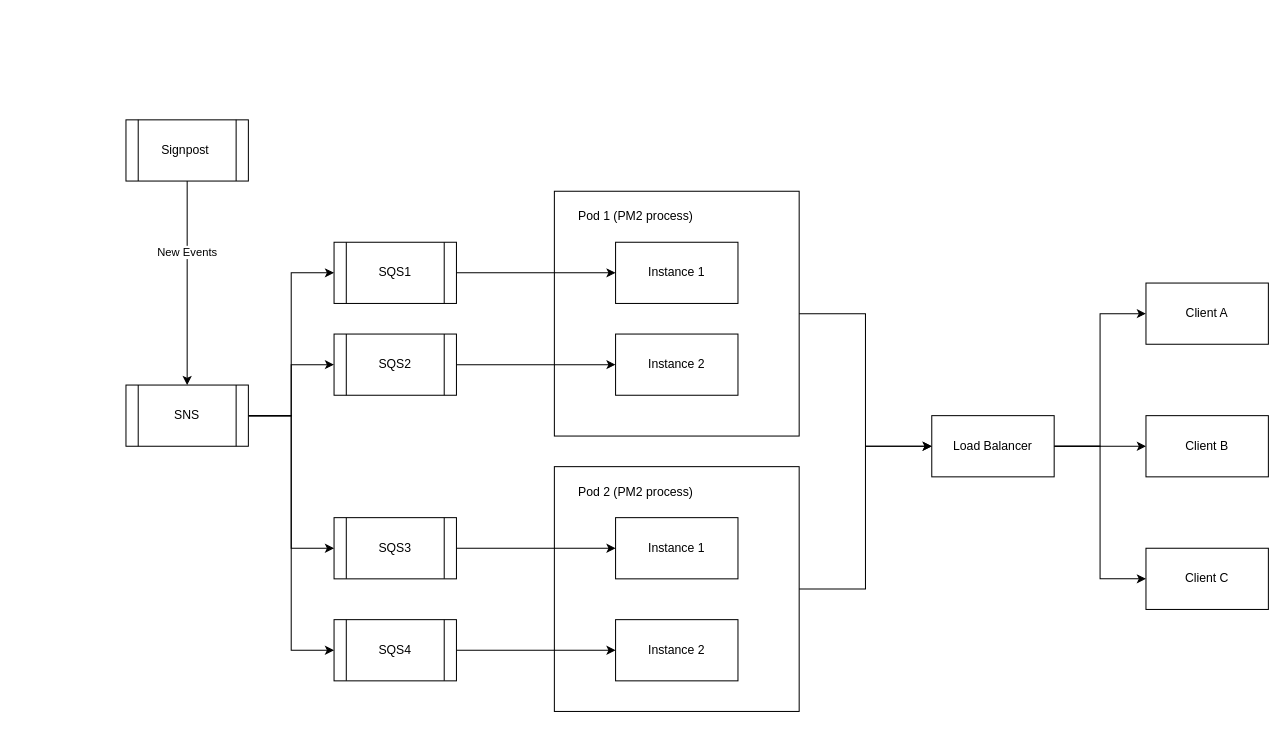
The draw.io diagram hppd-Inbox.drawio in half-6/workflow, before the edit. Source tidied: cells renumbered, new cells numbered last; positions are measured from the earlier drawing's top-left corner, leaving out a move shared by most shapes. Both pictures are drawn from the tidied source at 102%, with x=0, y=0 at pixel (125, 119).
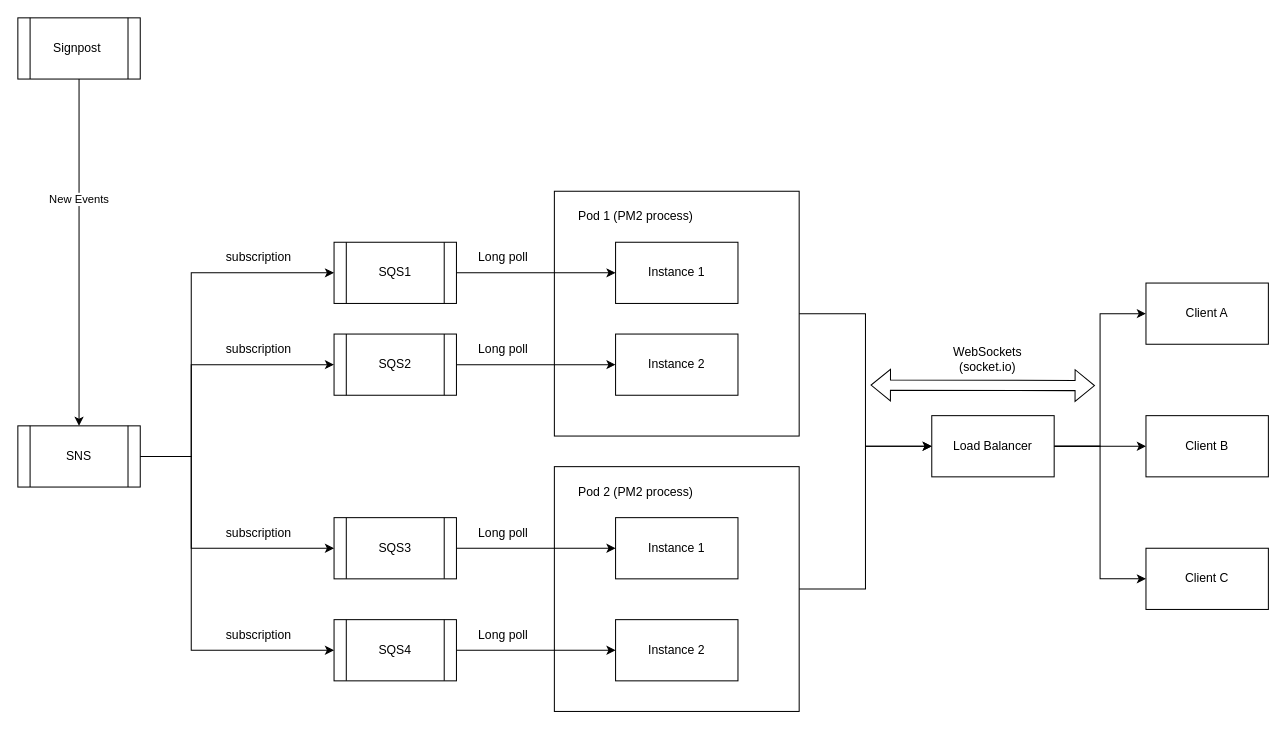
After the change.

Unchanged cells that the change refers to:
```xml
<mxCell id="18" value="SQS1" style="shape=process;whiteSpace=wrap;html=1;backgroundOutline=1;" parent="1" vertex="1">
  <mxGeometry x="204" y="120" width="120" height="60" as="geometry" />
</mxCell>
<mxCell id="20" value="SQS2" style="shape=process;whiteSpace=wrap;html=1;backgroundOutline=1;" parent="1" vertex="1">
  <mxGeometry x="204" y="210" width="120" height="60" as="geometry" />
</mxCell>
<mxCell id="22" value="SQS3" style="shape=process;whiteSpace=wrap;html=1;backgroundOutline=1;" parent="1" vertex="1">
  <mxGeometry x="204" y="390" width="120" height="60" as="geometry" />
</mxCell>
<mxCell id="24" value="SQS4" style="shape=process;whiteSpace=wrap;html=1;backgroundOutline=1;" parent="1" vertex="1">
  <mxGeometry x="204" y="490" width="120" height="60" as="geometry" />
</mxCell>
```

Change to the diagram source:
```diff
@@
     <mxCell id="12" style="edgeStyle=orthogonalEdgeStyle;rounded=0;jettySize=auto;html=1;entryX=0;entryY=0.5;entryDx=0;entryDy=0;" parent="1" edge="1" source="16" target="18">
-      <mxGeometry relative="1" as="geometry" />
+      <mxGeometry relative="1" as="geometry">
+        <Array as="points">
+          <mxPoint x="64" y="330" />
+          <mxPoint x="64" y="150" />
+        </Array>
+      </mxGeometry>
     </mxCell>
     <mxCell id="13" style="edgeStyle=orthogonalEdgeStyle;rounded=0;jettySize=auto;html=1;entryX=0;entryY=0.5;entryDx=0;entryDy=0;" parent="1" edge="1" source="16" target="20">
-      <mxGeometry relative="1" as="geometry" />
+      <mxGeometry relative="1" as="geometry">
+        <Array as="points">
+          <mxPoint x="64" y="330" />
+          <mxPoint x="64" y="240" />
+        </Array>
+      </mxGeometry>
     </mxCell>
     <mxCell id="14" style="edgeStyle=orthogonalEdgeStyle;rounded=0;jettySize=auto;html=1;entryX=0;entryY=0.5;entryDx=0;entryDy=0;" parent="1" edge="1" source="16" target="22">
-      <mxGeometry relative="1" as="geometry" />
+      <mxGeometry relative="1" as="geometry">
+        <Array as="points">
+          <mxPoint x="64" y="330" />
+          <mxPoint x="64" y="420" />
+        </Array>
+      </mxGeometry>
     </mxCell>
     <mxCell id="15" style="edgeStyle=orthogonalEdgeStyle;rounded=0;jettySize=auto;html=1;entryX=0;entryY=0.5;entryDx=0;entryDy=0;" parent="1" edge="1" source="16" target="24">
-      <mxGeometry relative="1" as="geometry" />
+      <mxGeometry relative="1" as="geometry">
+        <Array as="points">
+          <mxPoint x="64" y="330" />
+          <mxPoint x="64" y="520" />
+        </Array>
+      </mxGeometry>
     </mxCell>
     <mxCell id="16" value="SNS" style="shape=process;whiteSpace=wrap;html=1;backgroundOutline=1;" parent="1" vertex="1">
-      <mxGeometry y="260" width="120" height="60" as="geometry" />
+      <mxGeometry x="-106" y="300" width="120" height="60" as="geometry" />
     </mxCell>
@@
     <mxCell id="36" value="Signpost&amp;nbsp;" style="shape=process;whiteSpace=wrap;html=1;backgroundOutline=1;" parent="1" vertex="1">
-      <mxGeometry width="120" height="60" as="geometry" />
+      <mxGeometry x="-106" y="-100" width="120" height="60" as="geometry" />
     </mxCell>
+    <mxCell id="37" value="WebSockets&lt;div&gt;(socket.io)&lt;/div&gt;" style="text;html=1;align=center;verticalAlign=middle;whiteSpace=wrap;rounded=0;" parent="1" vertex="1">
+      <mxGeometry x="790" y="220" width="110" height="30" as="geometry" />
+    </mxCell>
+    <mxCell id="38" style="shape=flexArrow;endArrow=classic;startArrow=classic;html=1;rounded=0;" parent="1" edge="1">
+      <mxGeometry relative="1" as="geometry">
+        <mxPoint x="730" y="260" as="sourcePoint" />
+        <mxPoint x="950" y="260.5" as="targetPoint" />
+      </mxGeometry>
+    </mxCell>
+    <mxCell id="39" value="Long poll" style="text;html=1;align=center;verticalAlign=middle;whiteSpace=wrap;rounded=0;" parent="1" vertex="1">
+      <mxGeometry x="340" y="120" width="60" height="30" as="geometry" />
+    </mxCell>
+    <mxCell id="40" value="subscription&amp;nbsp;" style="text;html=1;align=center;verticalAlign=middle;whiteSpace=wrap;rounded=0;" parent="1" vertex="1">
+      <mxGeometry x="94" y="120" width="76" height="30" as="geometry" />
+    </mxCell>
+    <mxCell id="41" value="subscription&amp;nbsp;" style="text;html=1;align=center;verticalAlign=middle;whiteSpace=wrap;rounded=0;" parent="1" vertex="1">
+      <mxGeometry x="94" y="210" width="76" height="30" as="geometry" />
+    </mxCell>
+    <mxCell id="42" value="subscription&amp;nbsp;" style="text;html=1;align=center;verticalAlign=middle;whiteSpace=wrap;rounded=0;" parent="1" vertex="1">
+      <mxGeometry x="94" y="390" width="76" height="30" as="geometry" />
+    </mxCell>
+    <mxCell id="43" value="subscription&amp;nbsp;" style="text;html=1;align=center;verticalAlign=middle;whiteSpace=wrap;rounded=0;" parent="1" vertex="1">
+      <mxGeometry x="94" y="490" width="76" height="30" as="geometry" />
+    </mxCell>
+    <mxCell id="44" value="Long poll" style="text;html=1;align=center;verticalAlign=middle;whiteSpace=wrap;rounded=0;" parent="1" vertex="1">
+      <mxGeometry x="340" y="210" width="60" height="30" as="geometry" />
+    </mxCell>
+    <mxCell id="45" value="Long poll" style="text;html=1;align=center;verticalAlign=middle;whiteSpace=wrap;rounded=0;" parent="1" vertex="1">
+      <mxGeometry x="340" y="390" width="60" height="30" as="geometry" />
+    </mxCell>
+    <mxCell id="46" value="Long poll" style="text;html=1;align=center;verticalAlign=middle;whiteSpace=wrap;rounded=0;" parent="1" vertex="1">
+      <mxGeometry x="340" y="490" width="60" height="30" as="geometry" />
+    </mxCell>
```
